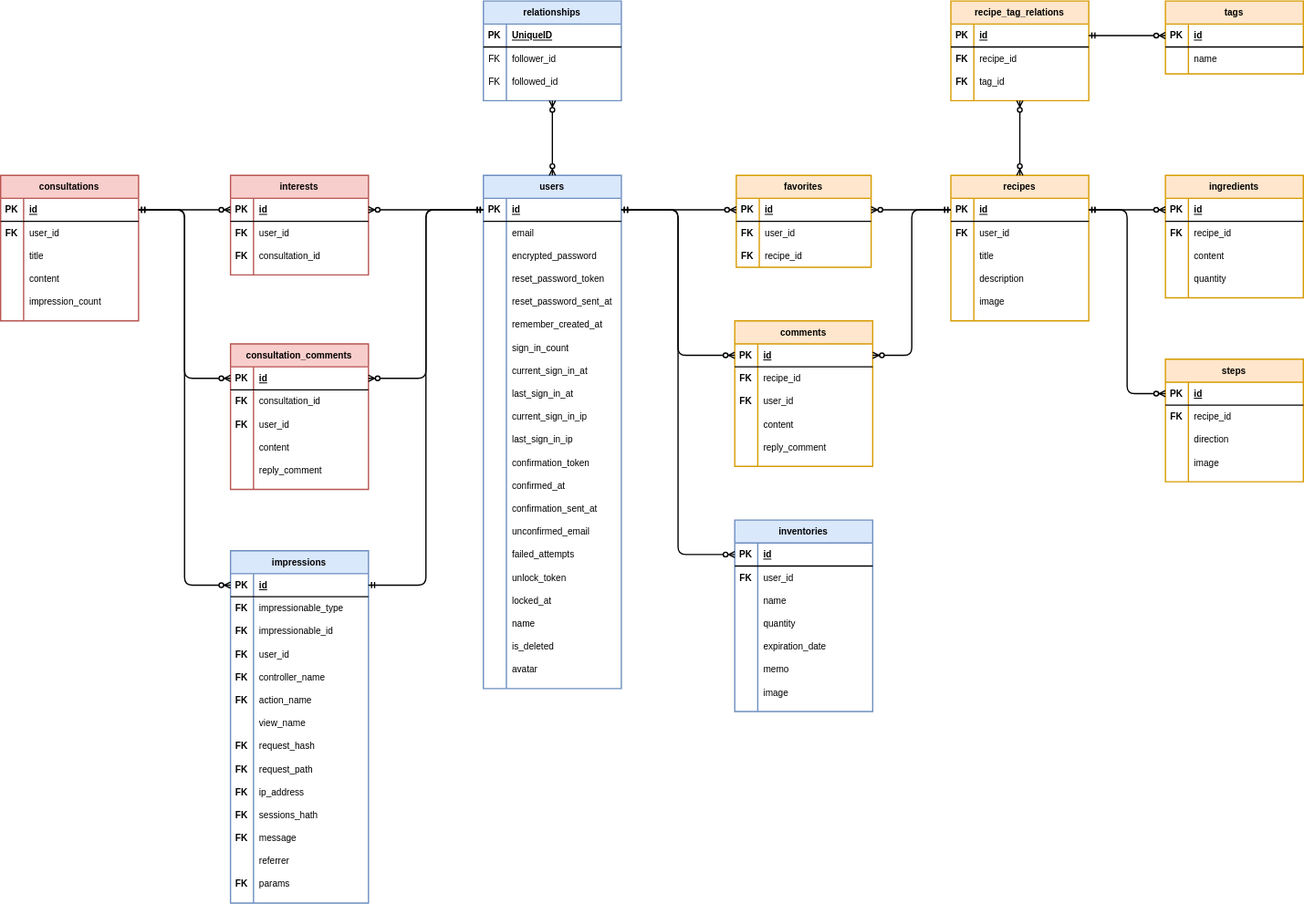
Before: app/assets/images/ER_TastyLife.svg, a diagram exported from draw.io (YukiIshizaki0525/TastyLife). Source tidied: cells renumbered, new cells last; positions are measured from the earlier drawing's top-left corner, leaving out a move shared by most shapes.
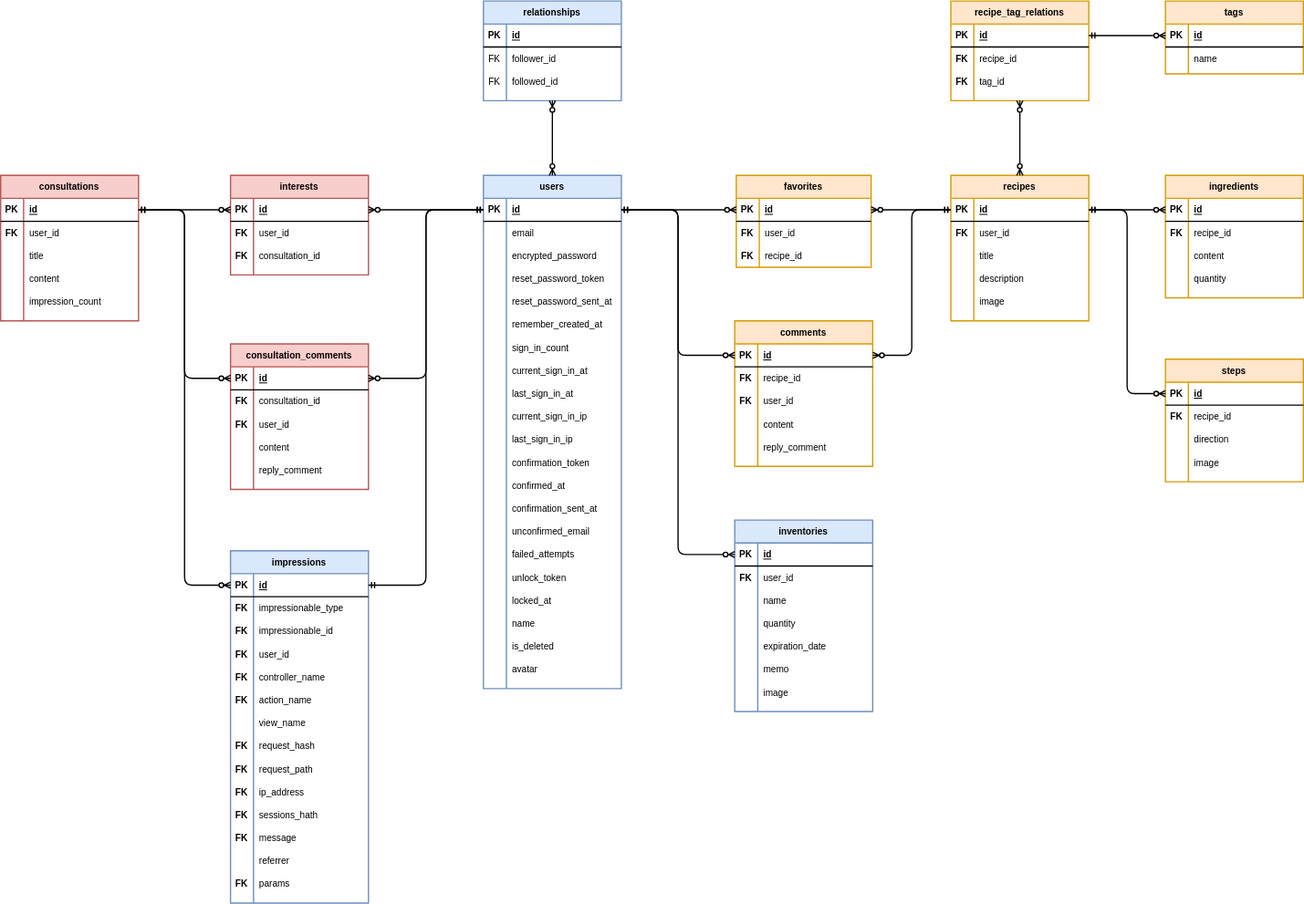
The same file after the commit.

Change to the diagram source:
```diff
@@ -527,7 +527,7 @@
     <mxCell id="176" value="PK" style="shape=partialRectangle;fillColor=none;top=0;left=0;bottom=0;right=0;fontStyle=1;overflow=hidden;" parent="175" vertex="1">
       <mxGeometry width="30" height="30" as="geometry" />
     </mxCell>
-    <mxCell id="177" value="UniqueID" style="shape=partialRectangle;fillColor=none;top=0;left=0;bottom=0;right=0;align=left;spacingLeft=6;fontStyle=5;overflow=hidden;" parent="175" vertex="1">
+    <mxCell id="177" value="id" style="shape=partialRectangle;fillColor=none;top=0;left=0;bottom=0;right=0;align=left;spacingLeft=6;fontStyle=5;overflow=hidden;" parent="175" vertex="1">
       <mxGeometry x="30" width="150" height="30" as="geometry" />
     </mxCell>
     <mxCell id="178" style="shape=partialRectangle;fillColor=none;top=0;left=0;bottom=0;right=0;" parent="174" vertex="1">
```
